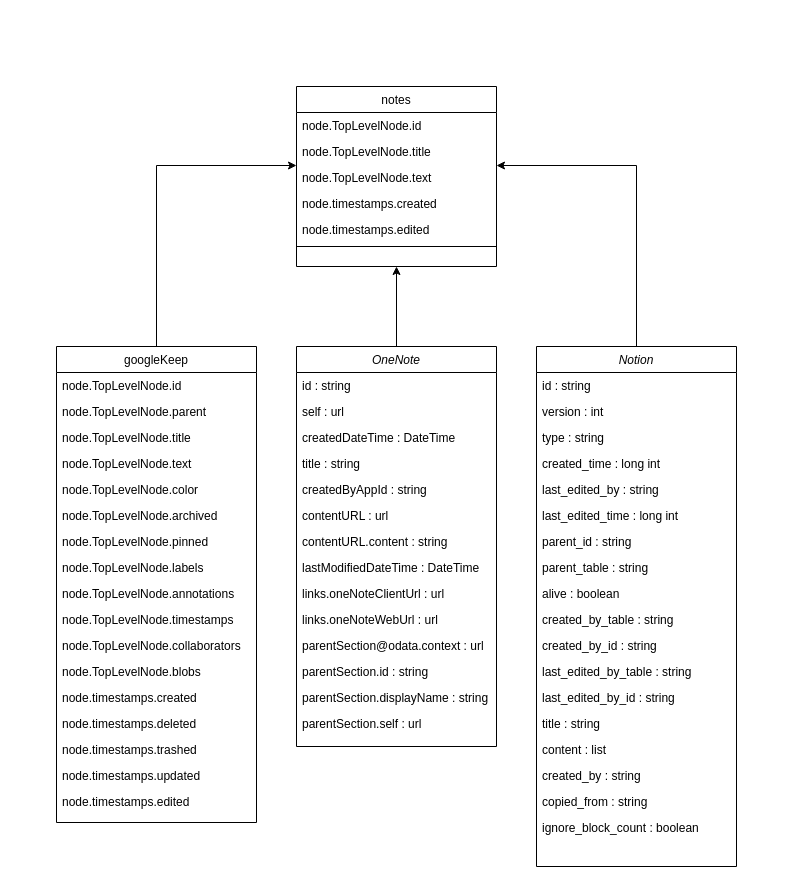
The draw.io diagram src/notes/attribute_union.drawio in SimonHofmeister1992/HSP-Project-SaaS_Data_Conversion_Tool, before the edit. Source tidied: cells renumbered, new cells numbered last; positions are measured from the earlier drawing's top-left corner, leaving out a move shared by most shapes. Both pictures are drawn from the tidied source at 100%, with x=0, y=0 at pixel (56, 86).
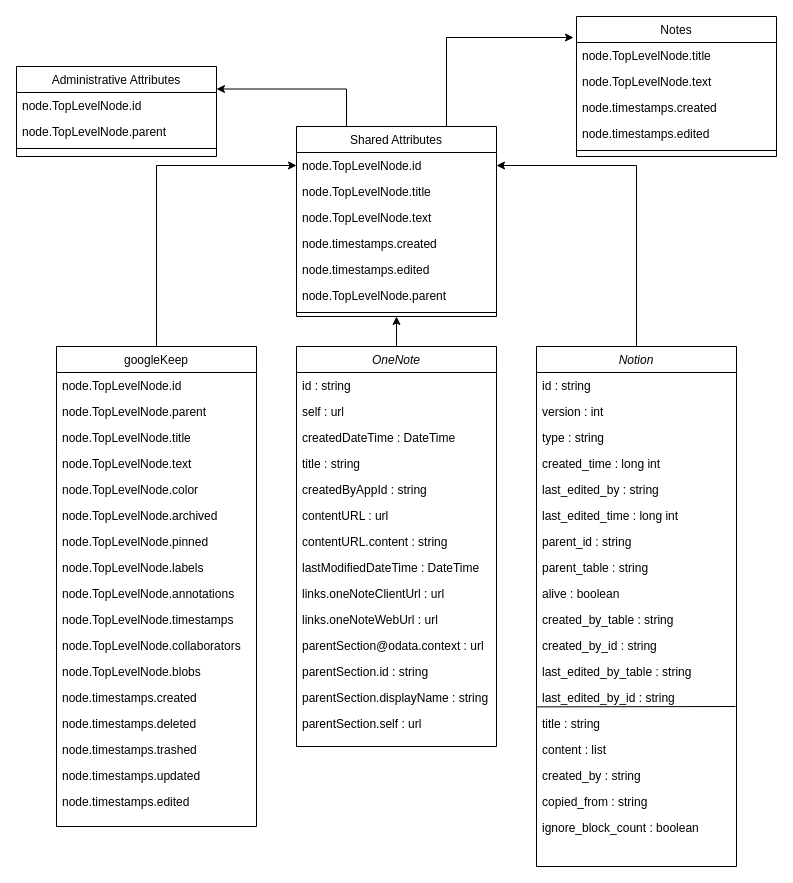
The same page after the edit.

Commit message:
Verbesserung des Attributdiagramms

Unchanged cells that the change refers to:
```xml
<mxCell id="38" value="Notion" style="swimlane;fontStyle=2;align=center;verticalAlign=top;horizontal=1;startSize=26;rounded=0;shadow=0;strokeWidth=1;" parent="1" vertex="1">
  <mxGeometry x="480" y="260" width="200" height="520" as="geometry" />
</mxCell>
<mxCell id="51" value="last_edited_by_id : string" style="text;align=left;verticalAlign=top;spacingLeft=4;spacingRight=4;overflow=hidden;points=[[0,0.5],[1,0.5]];portConstraint=eastwest;rounded=0;shadow=0;html=0;" parent="38" vertex="1">
  <mxGeometry y="338" width="200" height="26" as="geometry" />
</mxCell>
```

The edit, as a diff of the source:
```diff
@@
     <mxCell id="3" value="googleKeep" style="swimlane;fontStyle=0;align=center;verticalAlign=top;horizontal=1;startSize=26;rounded=0;shadow=0;strokeWidth=1;" parent="1" vertex="1">
-      <mxGeometry y="260" width="200" height="476" as="geometry" />
+      <mxGeometry y="260" width="200" height="480" as="geometry" />
     </mxCell>
@@
+    <mxCell id="64" style="endArrow=none;html=1;exitX=0;exitY=0.86;exitDx=0;exitDy=0;exitPerimeter=0;" parent="38" edge="1" source="51">
+      <mxGeometry relative="1" as="geometry">
+        <mxPoint x="199" y="360" as="targetPoint" />
+      </mxGeometry>
+    </mxCell>
+    <mxCell id="65" style="edgeStyle=orthogonalEdgeStyle;rounded=0;jettySize=auto;html=1;exitX=0.25;exitY=0;exitDx=0;exitDy=0;entryX=1;entryY=0.25;entryDx=0;entryDy=0;" parent="1" edge="1" source="57" target="68">
+      <mxGeometry relative="1" as="geometry" />
+    </mxCell>
+    <mxCell id="66" style="edgeStyle=orthogonalEdgeStyle;rounded=0;jettySize=auto;html=1;exitX=0.75;exitY=0;exitDx=0;exitDy=0;entryX=-0.015;entryY=-0.192;entryDx=0;entryDy=0;entryPerimeter=0;" parent="1" edge="1" source="57" target="73">
+      <mxGeometry relative="1" as="geometry" />
+    </mxCell>
-    <mxCell id="57" value="notes" style="swimlane;fontStyle=0;align=center;verticalAlign=top;horizontal=1;startSize=26;rounded=0;shadow=0;strokeWidth=1;" parent="1" vertex="1">
-      <mxGeometry x="240" width="200" height="180" as="geometry" />
+    <mxCell id="57" value="Shared Attributes" style="swimlane;fontStyle=0;align=center;verticalAlign=top;horizontal=1;startSize=26;rounded=0;shadow=0;strokeWidth=1;" parent="1" vertex="1">
+      <mxGeometry x="240" y="40" width="200" height="190" as="geometry" />
     </mxCell>
@@
+    <mxCell id="67" value="node.TopLevelNode.parent &#10;" style="text;align=left;verticalAlign=top;spacingLeft=4;spacingRight=4;overflow=hidden;" parent="57" vertex="1">
+      <mxGeometry y="156" width="200" height="26" as="geometry" />
+    </mxCell>
     <mxCell id="63" style="line;html=1;strokeWidth=1;align=left;verticalAlign=middle;spacingTop=-1;spacingLeft=3;spacingRight=3;labelPosition=right;" parent="57" vertex="1">
-      <mxGeometry y="156" width="200" height="8" as="geometry" />
+      <mxGeometry y="182" width="200" height="8" as="geometry" />
     </mxCell>
+    <mxCell id="68" value="Administrative Attributes" style="swimlane;fontStyle=0;align=center;verticalAlign=top;horizontal=1;startSize=26;rounded=0;shadow=0;strokeWidth=1;" parent="1" vertex="1">
+      <mxGeometry x="-40" y="-20" width="200" height="90" as="geometry" />
+    </mxCell>
+    <mxCell id="69" value="node.TopLevelNode.id &#10;" style="text;align=left;verticalAlign=top;spacingLeft=4;spacingRight=4;overflow=hidden;" parent="68" vertex="1">
+      <mxGeometry y="26" width="200" height="26" as="geometry" />
+    </mxCell>
+    <mxCell id="70" value="node.TopLevelNode.parent &#10;" style="text;align=left;verticalAlign=top;spacingLeft=4;spacingRight=4;overflow=hidden;" parent="68" vertex="1">
+      <mxGeometry y="52" width="200" height="26" as="geometry" />
+    </mxCell>
+    <mxCell id="71" style="line;html=1;strokeWidth=1;align=left;verticalAlign=middle;spacingTop=-1;spacingLeft=3;spacingRight=3;labelPosition=right;" parent="68" vertex="1">
+      <mxGeometry y="78" width="200" height="8" as="geometry" />
+    </mxCell>
+    <mxCell id="72" value="Notes" style="swimlane;fontStyle=0;align=center;verticalAlign=top;horizontal=1;startSize=26;rounded=0;shadow=0;strokeWidth=1;" parent="1" vertex="1">
+      <mxGeometry x="520" y="-70" width="200" height="140" as="geometry" />
+    </mxCell>
+    <mxCell id="73" value="node.TopLevelNode.title &#10;" style="text;align=left;verticalAlign=top;spacingLeft=4;spacingRight=4;overflow=hidden;points=[[0,0.5],[1,0.5]];portConstraint=eastwest;" parent="72" vertex="1">
+      <mxGeometry y="26" width="200" height="26" as="geometry" />
+    </mxCell>
+    <mxCell id="74" value="node.TopLevelNode.text &#10;" style="text;align=left;verticalAlign=top;spacingLeft=4;spacingRight=4;overflow=hidden;" parent="72" vertex="1">
+      <mxGeometry y="52" width="200" height="26" as="geometry" />
+    </mxCell>
+    <mxCell id="75" value="node.timestamps.created &#10;" style="text;align=left;verticalAlign=top;spacingLeft=4;spacingRight=4;overflow=hidden;" parent="72" vertex="1">
+      <mxGeometry y="78" width="200" height="26" as="geometry" />
+    </mxCell>
+    <mxCell id="76" value="node.timestamps.edited" style="text;align=left;verticalAlign=top;spacingLeft=4;spacingRight=4;overflow=hidden;" parent="72" vertex="1">
+      <mxGeometry y="104" width="200" height="26" as="geometry" />
+    </mxCell>
+    <mxCell id="77" style="line;html=1;strokeWidth=1;align=left;verticalAlign=middle;spacingTop=-1;spacingLeft=3;spacingRight=3;labelPosition=right;" parent="72" vertex="1">
+      <mxGeometry y="130" width="200" height="8" as="geometry" />
+    </mxCell>
```
